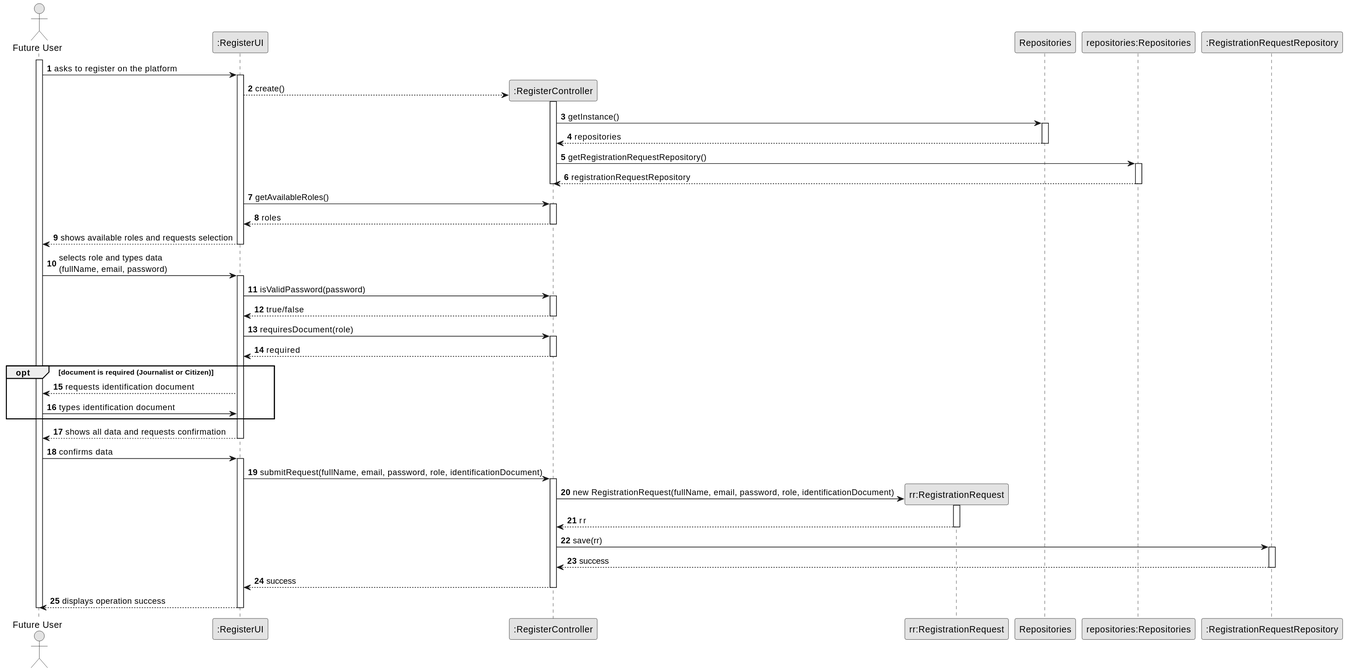
brunodspinto/crystal-clear-platform keeps this PlantUML diagram as docs/system-documentation/US01/03.design/svg/US01_SD.svg. Above is the earlier version.
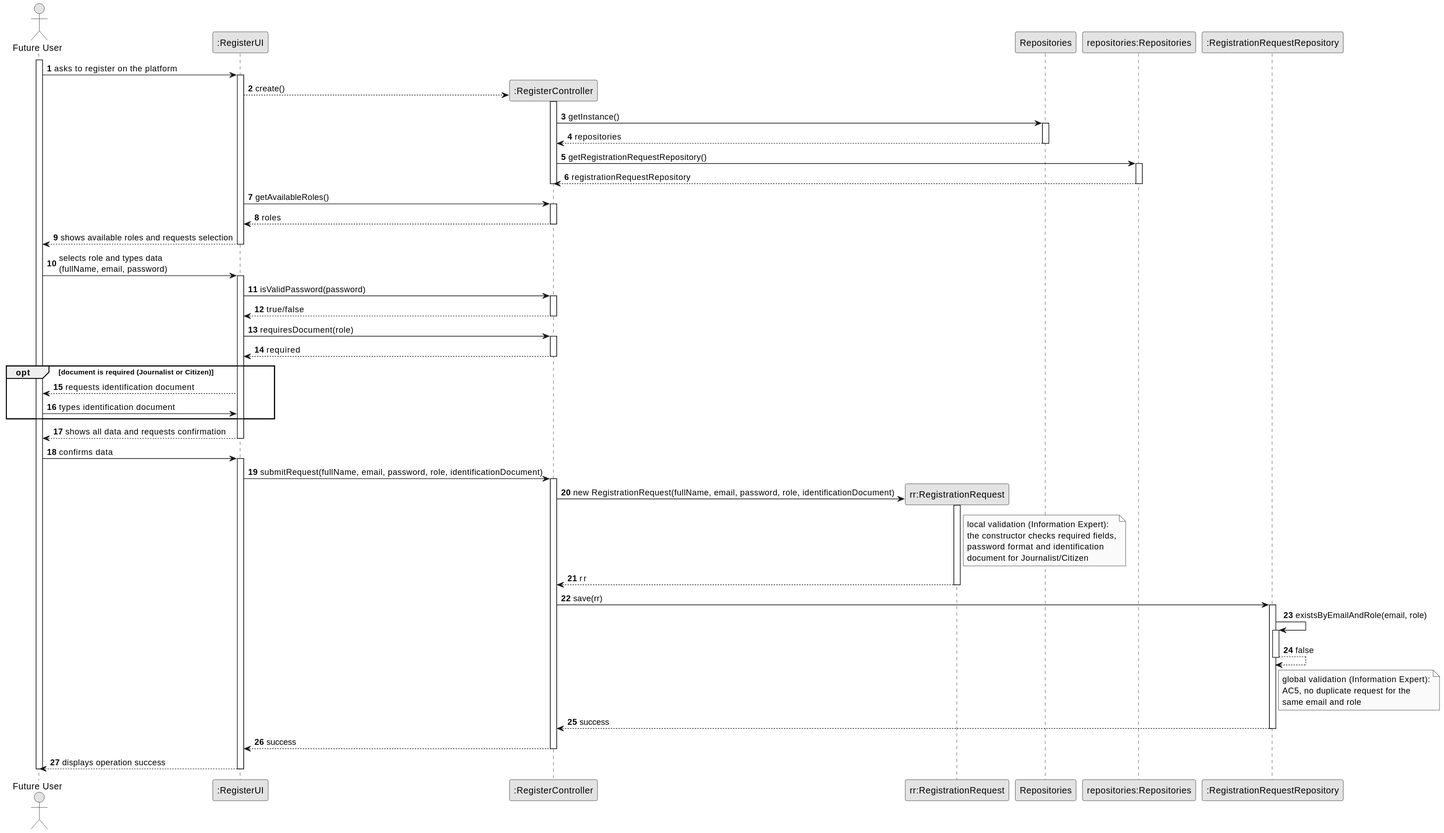
Above is the later version.

The edit, as a diff of the source:
```diff
@@ -64,11 +64,31 @@
 
             CTRL -> RR ** : new RegistrationRequest(fullName, email, password, role, identificationDocument)
             activate RR
+
+                note right of RR
+                    local validation (Information Expert):
+                    the constructor checks required fields,
+                    password format and identification
+                    document for Journalist/Citizen
+                end note
+
                 RR --> CTRL : rr
             deactivate RR
 
             CTRL -> REPO : save(rr)
             activate REPO
+
+                REPO -> REPO : existsByEmailAndRole(email, role)
+                activate REPO
+                    REPO --> REPO : false
+                deactivate REPO
+
+                note right of REPO
+                    global validation (Information Expert):
+                    AC5, no duplicate request for the
+                    same email and role
+                end note
+
                 REPO --> CTRL : success
             deactivate REPO
 
```
